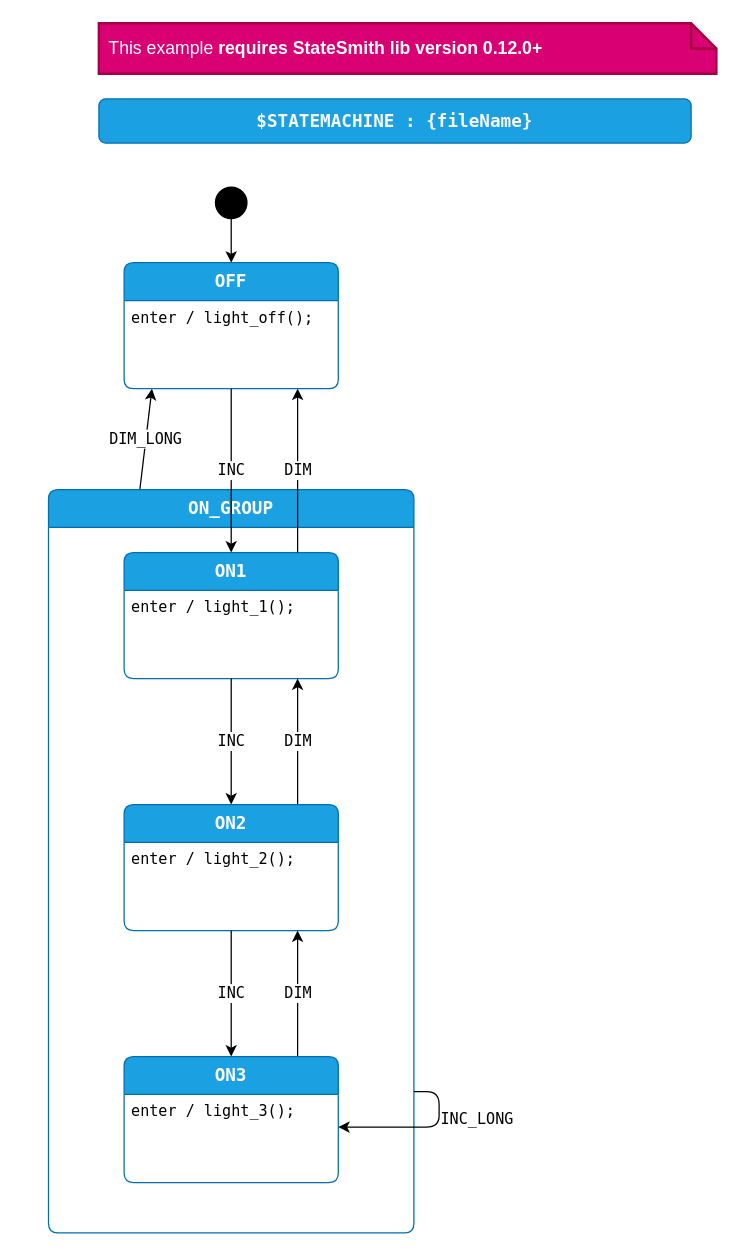
Above: page "design" (1 of 3) of buttons-lights-2/LightSm.drawio in StateSmith/StateSmith-examples (draw.io), before the change. Source tidied: cells renumbered, new cells numbered last; positions are measured from the earlier drawing's top-left corner, leaving out a move shared by most shapes. Both pictures are drawn from the tidied source at 126%, with x=0, y=0 at pixel (48, 23).
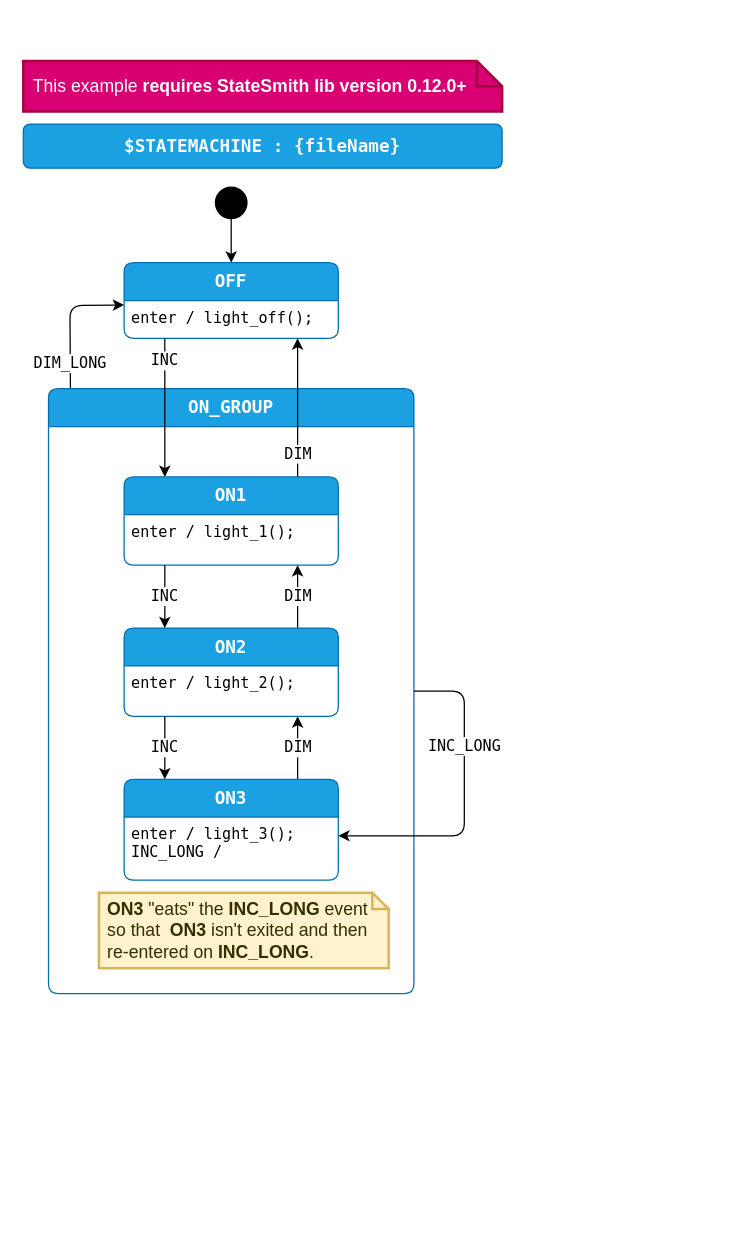
The same diagram, later.

The change refers to these unchanged cells:
```xml
<mxCell id="3" value="$initial_state" style="shape=ellipse;fillColor=#000000;noLabel=1;" parent="1" vertex="1">
  <mxGeometry x="132.5" y="130" width="25" height="25" as="geometry" />
</mxCell>
```

What changed in the source:
```diff
@@
-    <mxCell id="2" style="edgeStyle=orthogonalEdgeStyle;rounded=0;jettySize=auto;html=1;exitX=0.5;exitY=1;exitDx=0;exitDy=0;" parent="1" edge="1" source="3" target="5">
+    <mxCell id="2" style="rounded=0;jettySize=auto;html=1;exitX=0.5;exitY=1;exitDx=0;exitDy=0;" parent="1" edge="1" source="3" target="5">
       <mxGeometry relative="1" as="geometry" />
     </mxCell>
@@
     <mxCell id="4" value="&lt;div&gt;&lt;span style=&quot;background-color: initial;&quot;&gt;This example&amp;nbsp;&lt;/span&gt;&lt;b style=&quot;background-color: initial;&quot;&gt;requires StateSmith lib version 0.12.0+&lt;/b&gt;&lt;br&gt;&lt;/div&gt;" style="shape=note;strokeWidth=2;fontSize=14;size=20;whiteSpace=wrap;html=1;fillColor=#d80073;strokeColor=#A50040;fontColor=#ffffff;align=left;spacingLeft=6;" parent="1" vertex="1">
-      <mxGeometry x="40" width="490" height="40" as="geometry" />
+      <mxGeometry x="-20" y="30" width="380" height="40" as="geometry" />
     </mxCell>
     <mxCell id="5" value="OFF" style="shape=swimlane;align=center;verticalAlign=top;fontFamily=Lucida Console;startSize=30;fontSize=14;fontStyle=1;fontColor=#ffffff;fillColor=#1ba1e2;swimlaneFillColor=default;rounded=1;arcSize=15;absoluteArcSize=1;points=[[0,0,0,0,0],[0,0.06,0,0,0],[0,0.13,0,0,0],[0,0.19,0,0,0],[0,0.25,0,0,0],[0,0.31,0,0,0],[0,0.38,0,0,0],[0,0.44,0,0,0],[0,0.5,0,0,0],[0,0.56,0,0,0],[0,0.63,0,0,0],[0,0.69,0,0,0],[0,0.75,0,0,0],[0,0.81,0,0,0],[0,0.88,0,0,0],[0,0.94,0,0,0],[0,1,0,0,0],[0.06,0,0,0,0],[0.06,1,0,0,0],[0.13,0,0,0,0],[0.13,1,0,0,0],[0.19,0,0,0,0],[0.19,1,0,0,0],[0.25,0,0,0,0],[0.25,1,0,0,0],[0.31,0,0,0,0],[0.31,1,0,0,0],[0.38,0,0,0,0],[0.38,1,0,0,0],[0.44,0,0,0,0],[0.44,1,0,0,0],[0.5,0,0,0,0],[0.5,1,0,0,0],[0.56,0,0,0,0],[0.56,1,0,0,0],[0.63,0,0,0,0],[0.63,1,0,0,0],[0.69,0,0,0,0],[0.69,1,0,0,0],[0.75,0,0,0,0],[0.75,1,0,0,0],[0.81,0,0,0,0],[0.81,1,0,0,0],[0.88,0,0,0,0],[0.88,1,0,0,0],[0.94,0,0,0,0],[0.94,1,0,0,0],[1,0,0,0,0],[1,0.06,0,0,0],[1,0.13,0,0,0],[1,0.19,0,0,0],[1,0.25,0,0,0],[1,0.31,0,0,0],[1,0.38,0,0,0],[1,0.44,0,0,0],[1,0.5,0,0,0],[1,0.56,0,0,0],[1,0.63,0,0,0],[1,0.69,0,0,0],[1,0.75,0,0,0],[1,0.81,0,0,0],[1,0.88,0,0,0],[1,0.94,0,0,0],[1,1,0,0,0]];strokeColor=#006EAF;" parent="1" vertex="1">
-      <mxGeometry x="60" y="190" width="170" height="100" as="geometry" />
+      <mxGeometry x="60" y="190" width="170" height="60" as="geometry" />
     </mxCell>
@@
     <mxCell id="7" value="&lt;span style=&quot;color: rgb(250, 250, 250); font-family: &amp;quot;Lucida Console&amp;quot;; font-size: 14px; font-weight: 700; text-wrap: nowrap;&quot;&gt;$STATEMACHINE : {fileName}&lt;/span&gt;" style="rounded=1;whiteSpace=wrap;html=1;fillColor=#1ba1e2;fontColor=#ffffff;strokeColor=#006EAF;" parent="1" vertex="1">
-      <mxGeometry x="40" y="60" width="470" height="35" as="geometry" />
+      <mxGeometry x="-20" y="80" width="380" height="35" as="geometry" />
     </mxCell>
-    <mxCell id="8" value="DIM_LONG" style="edgeStyle=none;shape=connector;rounded=1;html=1;exitX=0.25;exitY=0;exitDx=0;exitDy=0;exitPerimeter=0;entryX=0.13;entryY=1;entryDx=0;entryDy=0;entryPerimeter=0;labelBackgroundColor=default;strokeColor=default;fontFamily=Lucida Console;fontSize=12;fontColor=default;endArrow=classic;" parent="1" edge="1" source="9" target="5">
-      <mxGeometry relative="1" as="geometry" />
+    <mxCell id="8" value="DIM_LONG" style="edgeStyle=none;shape=connector;rounded=1;html=1;exitX=0.06;exitY=0;exitDx=0;exitDy=0;exitPerimeter=0;entryX=0;entryY=0.56;entryDx=0;entryDy=0;entryPerimeter=0;labelBackgroundColor=default;strokeColor=default;fontFamily=Lucida Console;fontSize=12;fontColor=default;endArrow=classic;" parent="1" edge="1" source="9" target="5">
+      <mxGeometry x="-0.63" relative="1" as="geometry">
+        <Array as="points">
+          <mxPoint x="17" y="224" />
+        </Array>
+      </mxGeometry>
     </mxCell>
     <mxCell id="9" value="ON_GROUP" style="shape=swimlane;align=center;verticalAlign=top;fontFamily=Lucida Console;startSize=30;fontSize=14;fontStyle=1;fontColor=#ffffff;fillColor=#1ba1e2;swimlaneFillColor=default;rounded=1;arcSize=15;absoluteArcSize=1;points=[[0,0,0,0,0],[0,0.06,0,0,0],[0,0.13,0,0,0],[0,0.19,0,0,0],[0,0.25,0,0,0],[0,0.31,0,0,0],[0,0.38,0,0,0],[0,0.44,0,0,0],[0,0.5,0,0,0],[0,0.56,0,0,0],[0,0.63,0,0,0],[0,0.69,0,0,0],[0,0.75,0,0,0],[0,0.81,0,0,0],[0,0.88,0,0,0],[0,0.94,0,0,0],[0,1,0,0,0],[0.06,0,0,0,0],[0.06,1,0,0,0],[0.13,0,0,0,0],[0.13,1,0,0,0],[0.19,0,0,0,0],[0.19,1,0,0,0],[0.25,0,0,0,0],[0.25,1,0,0,0],[0.31,0,0,0,0],[0.31,1,0,0,0],[0.38,0,0,0,0],[0.38,1,0,0,0],[0.44,0,0,0,0],[0.44,1,0,0,0],[0.5,0,0,0,0],[0.5,1,0,0,0],[0.56,0,0,0,0],[0.56,1,0,0,0],[0.63,0,0,0,0],[0.63,1,0,0,0],[0.69,0,0,0,0],[0.69,1,0,0,0],[0.75,0,0,0,0],[0.75,1,0,0,0],[0.81,0,0,0,0],[0.81,1,0,0,0],[0.88,0,0,0,0],[0.88,1,0,0,0],[0.94,0,0,0,0],[0.94,1,0,0,0],[1,0,0,0,0],[1,0.06,0,0,0],[1,0.13,0,0,0],[1,0.19,0,0,0],[1,0.25,0,0,0],[1,0.31,0,0,0],[1,0.38,0,0,0],[1,0.44,0,0,0],[1,0.5,0,0,0],[1,0.56,0,0,0],[1,0.63,0,0,0],[1,0.69,0,0,0],[1,0.75,0,0,0],[1,0.81,0,0,0],[1,0.88,0,0,0],[1,0.94,0,0,0],[1,1,0,0,0]];strokeColor=#006EAF;" parent="1" vertex="1">
-      <mxGeometry y="370" width="290" height="590" as="geometry" />
+      <mxGeometry y="290" width="290" height="480" as="geometry" />
     </mxCell>
@@
     <mxCell id="11" value="ON1" style="shape=swimlane;align=center;verticalAlign=top;fontFamily=Lucida Console;startSize=30;fontSize=14;fontStyle=1;fontColor=#ffffff;fillColor=#1ba1e2;swimlaneFillColor=default;rounded=1;arcSize=15;absoluteArcSize=1;points=[[0,0,0,0,0],[0,0.06,0,0,0],[0,0.13,0,0,0],[0,0.19,0,0,0],[0,0.25,0,0,0],[0,0.31,0,0,0],[0,0.38,0,0,0],[0,0.44,0,0,0],[0,0.5,0,0,0],[0,0.56,0,0,0],[0,0.63,0,0,0],[0,0.69,0,0,0],[0,0.75,0,0,0],[0,0.81,0,0,0],[0,0.88,0,0,0],[0,0.94,0,0,0],[0,1,0,0,0],[0.06,0,0,0,0],[0.06,1,0,0,0],[0.13,0,0,0,0],[0.13,1,0,0,0],[0.19,0,0,0,0],[0.19,1,0,0,0],[0.25,0,0,0,0],[0.25,1,0,0,0],[0.31,0,0,0,0],[0.31,1,0,0,0],[0.38,0,0,0,0],[0.38,1,0,0,0],[0.44,0,0,0,0],[0.44,1,0,0,0],[0.5,0,0,0,0],[0.5,1,0,0,0],[0.56,0,0,0,0],[0.56,1,0,0,0],[0.63,0,0,0,0],[0.63,1,0,0,0],[0.69,0,0,0,0],[0.69,1,0,0,0],[0.75,0,0,0,0],[0.75,1,0,0,0],[0.81,0,0,0,0],[0.81,1,0,0,0],[0.88,0,0,0,0],[0.88,1,0,0,0],[0.94,0,0,0,0],[0.94,1,0,0,0],[1,0,0,0,0],[1,0.06,0,0,0],[1,0.13,0,0,0],[1,0.19,0,0,0],[1,0.25,0,0,0],[1,0.31,0,0,0],[1,0.38,0,0,0],[1,0.44,0,0,0],[1,0.5,0,0,0],[1,0.56,0,0,0],[1,0.63,0,0,0],[1,0.69,0,0,0],[1,0.75,0,0,0],[1,0.81,0,0,0],[1,0.88,0,0,0],[1,0.94,0,0,0],[1,1,0,0,0]];strokeColor=#006EAF;" parent="9" vertex="1">
-      <mxGeometry x="60" y="50" width="170" height="100" as="geometry" />
+      <mxGeometry x="60" y="70" width="170" height="70" as="geometry" />
     </mxCell>
@@
     <mxCell id="14" value="ON2" style="shape=swimlane;align=center;verticalAlign=top;fontFamily=Lucida Console;startSize=30;fontSize=14;fontStyle=1;fontColor=#ffffff;fillColor=#1ba1e2;swimlaneFillColor=default;rounded=1;arcSize=15;absoluteArcSize=1;points=[[0,0,0,0,0],[0,0.06,0,0,0],[0,0.13,0,0,0],[0,0.19,0,0,0],[0,0.25,0,0,0],[0,0.31,0,0,0],[0,0.38,0,0,0],[0,0.44,0,0,0],[0,0.5,0,0,0],[0,0.56,0,0,0],[0,0.63,0,0,0],[0,0.69,0,0,0],[0,0.75,0,0,0],[0,0.81,0,0,0],[0,0.88,0,0,0],[0,0.94,0,0,0],[0,1,0,0,0],[0.06,0,0,0,0],[0.06,1,0,0,0],[0.13,0,0,0,0],[0.13,1,0,0,0],[0.19,0,0,0,0],[0.19,1,0,0,0],[0.25,0,0,0,0],[0.25,1,0,0,0],[0.31,0,0,0,0],[0.31,1,0,0,0],[0.38,0,0,0,0],[0.38,1,0,0,0],[0.44,0,0,0,0],[0.44,1,0,0,0],[0.5,0,0,0,0],[0.5,1,0,0,0],[0.56,0,0,0,0],[0.56,1,0,0,0],[0.63,0,0,0,0],[0.63,1,0,0,0],[0.69,0,0,0,0],[0.69,1,0,0,0],[0.75,0,0,0,0],[0.75,1,0,0,0],[0.81,0,0,0,0],[0.81,1,0,0,0],[0.88,0,0,0,0],[0.88,1,0,0,0],[0.94,0,0,0,0],[0.94,1,0,0,0],[1,0,0,0,0],[1,0.06,0,0,0],[1,0.13,0,0,0],[1,0.19,0,0,0],[1,0.25,0,0,0],[1,0.31,0,0,0],[1,0.38,0,0,0],[1,0.44,0,0,0],[1,0.5,0,0,0],[1,0.56,0,0,0],[1,0.63,0,0,0],[1,0.69,0,0,0],[1,0.75,0,0,0],[1,0.81,0,0,0],[1,0.88,0,0,0],[1,0.94,0,0,0],[1,1,0,0,0]];strokeColor=#006EAF;" parent="9" vertex="1">
-      <mxGeometry x="60" y="250" width="170" height="100" as="geometry" />
+      <mxGeometry x="60" y="190" width="170" height="70" as="geometry" />
     </mxCell>
@@
-    <mxCell id="16" value="INC" style="edgeStyle=none;shape=connector;rounded=1;html=1;exitX=0.5;exitY=1;exitDx=0;exitDy=0;exitPerimeter=0;entryX=0.5;entryY=0;entryDx=0;entryDy=0;entryPerimeter=0;labelBackgroundColor=default;strokeColor=default;fontFamily=Lucida Console;fontSize=12;fontColor=default;endArrow=classic;" parent="9" edge="1" source="11" target="14">
+    <mxCell id="16" value="INC" style="edgeStyle=none;shape=connector;rounded=1;html=1;exitX=0.19;exitY=1;exitDx=0;exitDy=0;exitPerimeter=0;entryX=0.19;entryY=0;entryDx=0;entryDy=0;entryPerimeter=0;labelBackgroundColor=default;strokeColor=default;fontFamily=Lucida Console;fontSize=12;fontColor=default;endArrow=classic;" parent="9" edge="1" source="11" target="14">
       <mxGeometry relative="1" as="geometry" />
     </mxCell>
@@
     <mxCell id="18" value="ON3" style="shape=swimlane;align=center;verticalAlign=top;fontFamily=Lucida Console;startSize=30;fontSize=14;fontStyle=1;fontColor=#ffffff;fillColor=#1ba1e2;swimlaneFillColor=default;rounded=1;arcSize=15;absoluteArcSize=1;points=[[0,0,0,0,0],[0,0.06,0,0,0],[0,0.13,0,0,0],[0,0.19,0,0,0],[0,0.25,0,0,0],[0,0.31,0,0,0],[0,0.38,0,0,0],[0,0.44,0,0,0],[0,0.5,0,0,0],[0,0.56,0,0,0],[0,0.63,0,0,0],[0,0.69,0,0,0],[0,0.75,0,0,0],[0,0.81,0,0,0],[0,0.88,0,0,0],[0,0.94,0,0,0],[0,1,0,0,0],[0.06,0,0,0,0],[0.06,1,0,0,0],[0.13,0,0,0,0],[0.13,1,0,0,0],[0.19,0,0,0,0],[0.19,1,0,0,0],[0.25,0,0,0,0],[0.25,1,0,0,0],[0.31,0,0,0,0],[0.31,1,0,0,0],[0.38,0,0,0,0],[0.38,1,0,0,0],[0.44,0,0,0,0],[0.44,1,0,0,0],[0.5,0,0,0,0],[0.5,1,0,0,0],[0.56,0,0,0,0],[0.56,1,0,0,0],[0.63,0,0,0,0],[0.63,1,0,0,0],[0.69,0,0,0,0],[0.69,1,0,0,0],[0.75,0,0,0,0],[0.75,1,0,0,0],[0.81,0,0,0,0],[0.81,1,0,0,0],[0.88,0,0,0,0],[0.88,1,0,0,0],[0.94,0,0,0,0],[0.94,1,0,0,0],[1,0,0,0,0],[1,0.06,0,0,0],[1,0.13,0,0,0],[1,0.19,0,0,0],[1,0.25,0,0,0],[1,0.31,0,0,0],[1,0.38,0,0,0],[1,0.44,0,0,0],[1,0.5,0,0,0],[1,0.56,0,0,0],[1,0.63,0,0,0],[1,0.69,0,0,0],[1,0.75,0,0,0],[1,0.81,0,0,0],[1,0.88,0,0,0],[1,0.94,0,0,0],[1,1,0,0,0]];strokeColor=#006EAF;" parent="9" vertex="1">
-      <mxGeometry x="60" y="450" width="170" height="100" as="geometry" />
+      <mxGeometry x="60" y="310" width="170" height="80" as="geometry" />
     </mxCell>
-    <mxCell id="19" value="enter / light_3();&#10;" style="fontFamily=Lucida Console;align=left;verticalAlign=top;fillColor=none;gradientColor=none;strokeColor=none;rounded=0;spacingLeft=4;" parent="18" vertex="1">
-      <mxGeometry y="30" width="160" height="30" as="geometry" />
+    <mxCell id="19" value="enter / light_3();&#10;INC_LONG / " style="fontFamily=Lucida Console;align=left;verticalAlign=top;fillColor=none;gradientColor=none;strokeColor=none;rounded=0;spacingLeft=4;" parent="18" vertex="1">
+      <mxGeometry y="30" width="160" height="40" as="geometry" />
     </mxCell>
-    <mxCell id="20" value="INC" style="edgeStyle=none;shape=connector;rounded=1;html=1;labelBackgroundColor=default;strokeColor=default;fontFamily=Lucida Console;fontSize=12;fontColor=default;endArrow=classic;" parent="9" edge="1" source="14" target="18">
+    <mxCell id="20" value="INC" style="edgeStyle=none;shape=connector;rounded=1;html=1;labelBackgroundColor=default;strokeColor=default;fontFamily=Lucida Console;fontSize=12;fontColor=default;endArrow=classic;exitX=0.19;exitY=1;exitDx=0;exitDy=0;exitPerimeter=0;entryX=0.19;entryY=0;entryDx=0;entryDy=0;entryPerimeter=0;" parent="9" edge="1" source="14" target="18">
       <mxGeometry relative="1" as="geometry" />
     </mxCell>
-    <mxCell id="21" value="INC_LONG" style="edgeStyle=orthogonalEdgeStyle;rounded=1;jettySize=auto;html=1;exitX=1;exitY=0.81;exitDx=0;exitDy=0;exitPerimeter=0;entryX=1;entryY=0.56;entryDx=0;entryDy=0;entryPerimeter=0;strokeColor=default;align=center;verticalAlign=middle;fontFamily=Lucida Console;fontSize=12;fontColor=default;labelBackgroundColor=default;endArrow=classic;" parent="9" edge="1" source="9" target="18">
-      <mxGeometry x="-0.34" y="30" relative="1" as="geometry" />
+    <mxCell id="21" value="INC_LONG" style="edgeStyle=orthogonalEdgeStyle;rounded=1;jettySize=auto;html=1;exitX=1;exitY=0.5;exitDx=0;exitDy=0;exitPerimeter=0;entryX=1;entryY=0.56;entryDx=0;entryDy=0;entryPerimeter=0;strokeColor=default;align=center;verticalAlign=middle;fontFamily=Lucida Console;fontSize=12;fontColor=default;labelBackgroundColor=default;endArrow=classic;" parent="9" edge="1" source="9" target="18">
+      <mxGeometry x="-0.34" relative="1" as="geometry">
+        <Array as="points">
+          <mxPoint x="330" y="240" />
+          <mxPoint x="330" y="355" />
+        </Array>
+      </mxGeometry>
     </mxCell>
+    <mxCell id="24" value="&lt;b&gt;ON3&lt;/b&gt; &quot;eats&quot; the &lt;b&gt;INC_LONG&lt;/b&gt; event so that&amp;nbsp; &lt;b&gt;ON3&lt;/b&gt; isn't exited and then re-entered on &lt;b&gt;INC_LONG&lt;/b&gt;." style="shape=note;strokeWidth=2;fontSize=14;size=13;whiteSpace=wrap;html=1;fillColor=#fff2cc;strokeColor=#d6b656;fontColor=#303000;align=left;spacingLeft=5;" parent="9" vertex="1">
+      <mxGeometry x="40" y="400" width="230" height="60" as="geometry" />
+    </mxCell>
-    <mxCell id="22" value="INC" style="html=1;fontFamily=Lucida Console;fontSize=12;" parent="1" edge="1" source="5" target="11">
-      <mxGeometry relative="1" as="geometry" />
+    <mxCell id="22" value="INC" style="html=1;fontFamily=Lucida Console;fontSize=12;exitX=0.19;exitY=1;exitDx=0;exitDy=0;exitPerimeter=0;entryX=0.19;entryY=0;entryDx=0;entryDy=0;entryPerimeter=0;" parent="1" edge="1" source="5" target="11">
+      <mxGeometry x="-0.67" relative="1" as="geometry" />
     </mxCell>
     <mxCell id="23" value="DIM" style="edgeStyle=none;shape=connector;rounded=1;html=1;exitX=0.81;exitY=0;exitDx=0;exitDy=0;exitPerimeter=0;entryX=0.81;entryY=1;entryDx=0;entryDy=0;entryPerimeter=0;labelBackgroundColor=default;strokeColor=default;fontFamily=Lucida Console;fontSize=12;fontColor=default;endArrow=classic;" parent="1" edge="1" source="11" target="5">
-      <mxGeometry relative="1" as="geometry" />
+      <mxGeometry x="-0.67" relative="1" as="geometry" />
     </mxCell>
```
